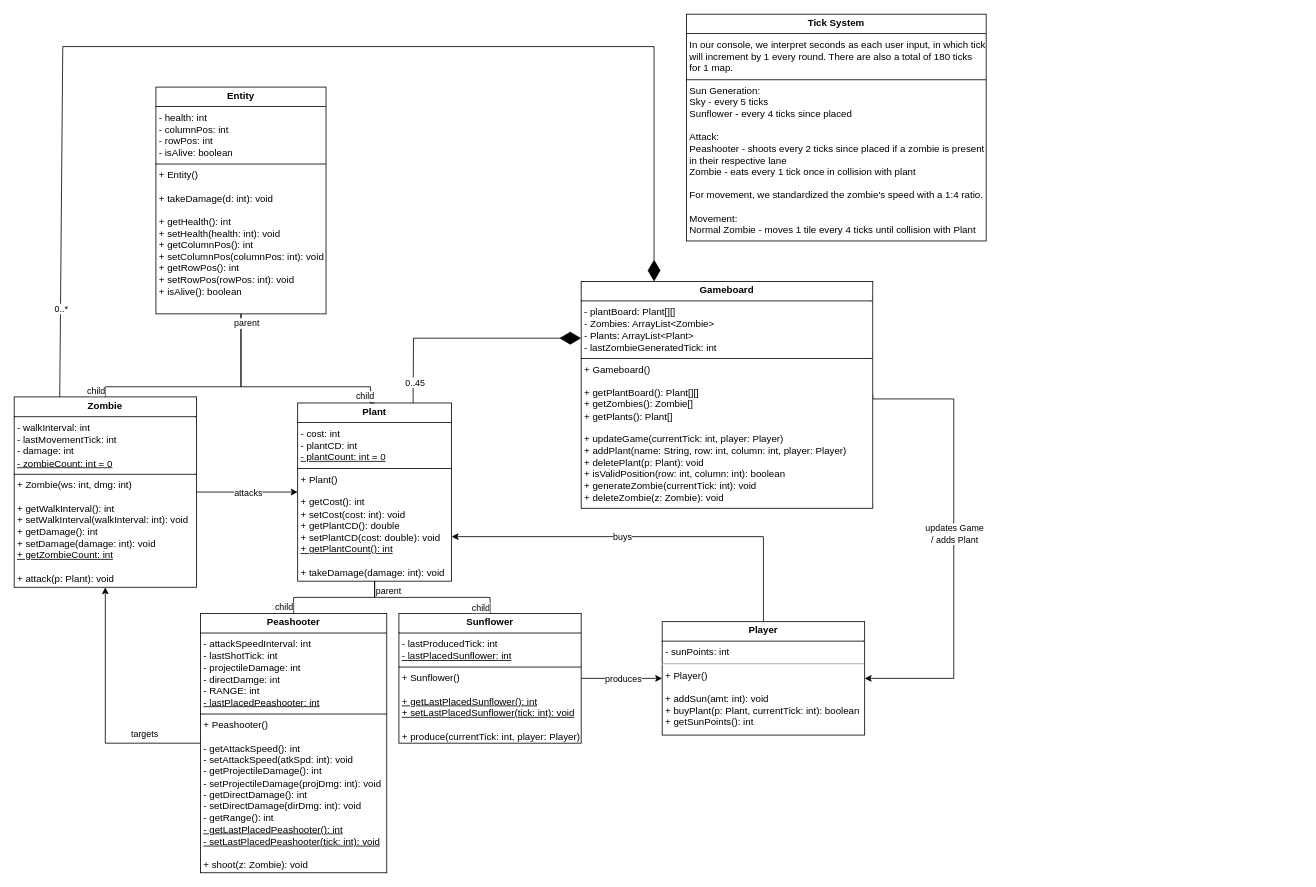
Earlier version of the draw.io diagram pvz-uml.drawio (gabespineli/plants-vs-zombies). Source tidied: cells renumbered, new cells numbered last; positions are measured from the earlier drawing's top-left corner, leaving out a move shared by most shapes. Both pictures are drawn from the tidied source at 81%, with x=0, y=0 at pixel (14, 14).
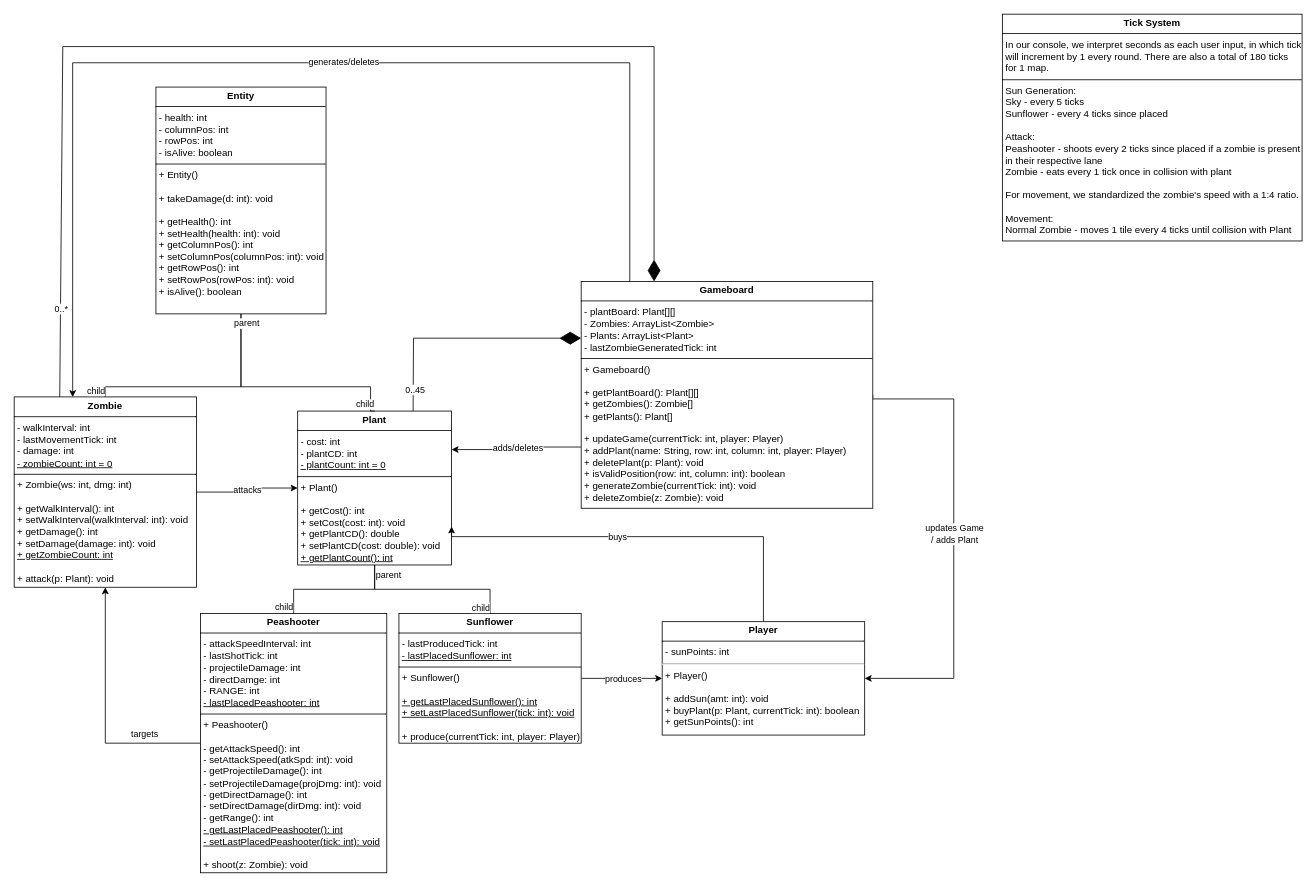
Above is the later version.

Unchanged cells that the change refers to:
```xml
<mxCell id="4" value="&lt;p style=&quot;margin:0px;margin-top:4px;text-align:center;&quot;&gt;&lt;b&gt;Zombie&lt;/b&gt;&lt;/p&gt;&lt;hr size=&quot;1&quot; style=&quot;border-style:solid;&quot;&gt;&lt;p style=&quot;margin:0px;margin-left:4px;&quot;&gt;- walkInterval: int&lt;/p&gt;&lt;p style=&quot;margin:0px;margin-left:4px;&quot;&gt;- lastMovementTick: int&lt;/p&gt;&lt;p style=&quot;margin:0px;margin-left:4px;&quot;&gt;- damage: int&lt;/p&gt;&lt;p style=&quot;margin:0px;margin-left:4px;&quot;&gt;&lt;u&gt;- zombieCount: int = 0&lt;/u&gt;&lt;/p&gt;&lt;hr size=&quot;1&quot; style=&quot;border-style:solid;&quot;&gt;&lt;p style=&quot;margin:0px;margin-left:4px;&quot;&gt;+ Zombie(ws: int, dmg: int)&lt;/p&gt;&lt;p style=&quot;margin:0px;margin-left:4px;&quot;&gt;&lt;br&gt;&lt;/p&gt;&lt;p style=&quot;margin:0px;margin-left:4px;&quot;&gt;+ getWalkInterval(): int&lt;/p&gt;&lt;p style=&quot;margin:0px;margin-left:4px;&quot;&gt;+ setWalkInterval(walkInterval: int): void&lt;/p&gt;&lt;p style=&quot;margin: 0px 0px 0px 4px;&quot;&gt;+ getDamage(): int&lt;/p&gt;&lt;p style=&quot;margin: 0px 0px 0px 4px;&quot;&gt;+ setDamage(damage: int): void&lt;/p&gt;&lt;p style=&quot;margin: 0px 0px 0px 4px;&quot;&gt;&lt;u&gt;+ getZombieCount: int&lt;/u&gt;&lt;br&gt;&lt;/p&gt;&lt;p style=&quot;margin: 0px 0px 0px 4px;&quot;&gt;&lt;br&gt;&lt;/p&gt;&lt;p style=&quot;margin: 0px 0px 0px 4px;&quot;&gt;+ attack(p: Plant): void&lt;/p&gt;" style="verticalAlign=top;align=left;overflow=fill;html=1;whiteSpace=wrap;" parent="1" vertex="1">
  <mxGeometry y="472.5" width="225" height="235" as="geometry" />
</mxCell>
<mxCell id="28" value="&lt;p style=&quot;margin:0px;margin-top:4px;text-align:center;&quot;&gt;&lt;b&gt;Gameboard&lt;/b&gt;&lt;/p&gt;&lt;hr size=&quot;1&quot; style=&quot;border-style:solid;&quot;&gt;&lt;p style=&quot;margin:0px;margin-left:4px;&quot;&gt;&lt;span style=&quot;background-color: transparent; color: light-dark(rgb(0, 0, 0), rgb(255, 255, 255));&quot;&gt;- plantBoard: Plant[][]&lt;/span&gt;&lt;/p&gt;&lt;p style=&quot;margin:0px;margin-left:4px;&quot;&gt;- Zombies: ArrayList&amp;lt;Zombie&amp;gt;&lt;/p&gt;&lt;p style=&quot;margin:0px;margin-left:4px;&quot;&gt;- Plants: ArrayList&amp;lt;Plant&amp;gt;&lt;/p&gt;&lt;p style=&quot;margin:0px;margin-left:4px;&quot;&gt;- lastZombieGeneratedTick: int&lt;/p&gt;&lt;hr size=&quot;1&quot; style=&quot;border-style:solid;&quot;&gt;&lt;p style=&quot;margin:0px;margin-left:4px;&quot;&gt;+ Gameboard()&lt;/p&gt;&lt;p style=&quot;margin:0px;margin-left:4px;&quot;&gt;&lt;br&gt;&lt;/p&gt;&lt;p style=&quot;margin:0px;margin-left:4px;&quot;&gt;+ getPlantBoard(): Plant[][]&lt;/p&gt;&lt;p style=&quot;margin:0px;margin-left:4px;&quot;&gt;+ getZombies(): Zombie[]&lt;/p&gt;&lt;p style=&quot;margin:0px;margin-left:4px;&quot;&gt;+ getPlants(): Plant[]&lt;/p&gt;&lt;p style=&quot;margin:0px;margin-left:4px;&quot;&gt;&lt;br&gt;&lt;/p&gt;&lt;p style=&quot;margin:0px;margin-left:4px;&quot;&gt;&lt;span style=&quot;white-space-collapse: preserve;&quot;&gt;+ updateGame(currentTick: int, player: Player)&lt;/span&gt;&lt;/p&gt;&lt;p style=&quot;margin:0px;margin-left:4px;&quot;&gt;&lt;span style=&quot;white-space-collapse: preserve;&quot; class=&quot;x3jgonx&quot;&gt;+ addPlant(name: String, row: int, column: int, player: Player)&lt;/span&gt;&lt;/p&gt;&lt;p style=&quot;margin:0px;margin-left:4px;&quot;&gt;&lt;span style=&quot;white-space-collapse: preserve;&quot; class=&quot;x3jgonx&quot;&gt;+ deletePlant(p: Plant): void&lt;/span&gt;&lt;/p&gt;&lt;p style=&quot;margin:0px;margin-left:4px;&quot;&gt;&lt;span style=&quot;white-space-collapse: preserve;&quot; class=&quot;x3jgonx&quot;&gt;+ isValidPosition(row: int, column: int): boolean&lt;/span&gt;&lt;/p&gt;&lt;p style=&quot;margin:0px;margin-left:4px;&quot;&gt;+ generateZombie(currentTick: int): void&lt;/p&gt;&lt;p style=&quot;margin:0px;margin-left:4px;&quot;&gt;+ deleteZombie(z: Zombie): void&lt;/p&gt;" style="verticalAlign=top;align=left;overflow=fill;html=1;whiteSpace=wrap;" parent="1" vertex="1">
  <mxGeometry x="700" y="330" width="360" height="280" as="geometry" />
</mxCell>
```

Change to the diagram source:
```diff
@@
-    <mxCell id="5" value="&lt;p style=&quot;margin:0px;margin-top:4px;text-align:center;&quot;&gt;&lt;b&gt;Plant&lt;/b&gt;&lt;/p&gt;&lt;hr size=&quot;1&quot; style=&quot;border-style:solid;&quot;&gt;&lt;p style=&quot;margin:0px;margin-left:4px;&quot;&gt;- cost: int&lt;/p&gt;&lt;p style=&quot;margin:0px;margin-left:4px;&quot;&gt;- plantCD: int&lt;/p&gt;&lt;p style=&quot;margin:0px;margin-left:4px;&quot;&gt;&lt;u&gt;- plantCount: int = 0&lt;/u&gt;&lt;/p&gt;&lt;hr size=&quot;1&quot; style=&quot;border-style:solid;&quot;&gt;&lt;p style=&quot;margin:0px;margin-left:4px;&quot;&gt;+ Plant()&lt;/p&gt;&lt;p style=&quot;margin:0px;margin-left:4px;&quot;&gt;&lt;br&gt;&lt;/p&gt;&lt;p style=&quot;margin:0px;margin-left:4px;&quot;&gt;+ getCost(): int&lt;/p&gt;&lt;p style=&quot;margin:0px;margin-left:4px;&quot;&gt;+ setCost(cost: int): void&lt;/p&gt;&lt;p style=&quot;margin: 0px 0px 0px 4px;&quot;&gt;+ getPlantCD(): double&lt;/p&gt;&lt;p style=&quot;margin: 0px 0px 0px 4px;&quot;&gt;+ setPlantCD(cost: double): void&lt;/p&gt;&lt;p style=&quot;margin: 0px 0px 0px 4px;&quot;&gt;&lt;u&gt;+ getPlantCount(): int&lt;/u&gt;&lt;br&gt;&lt;/p&gt;&lt;p style=&quot;margin: 0px 0px 0px 4px;&quot;&gt;&lt;br&gt;&lt;/p&gt;&lt;p style=&quot;margin: 0px 0px 0px 4px;&quot;&gt;+ takeDamage(damage: int): void&lt;/p&gt;" style="verticalAlign=top;align=left;overflow=fill;html=1;whiteSpace=wrap;" parent="1" vertex="1">
-      <mxGeometry x="350" y="480" width="190" height="220" as="geometry" />
+    <mxCell id="5" value="&lt;p style=&quot;margin:0px;margin-top:4px;text-align:center;&quot;&gt;&lt;b&gt;Plant&lt;/b&gt;&lt;/p&gt;&lt;hr size=&quot;1&quot; style=&quot;border-style:solid;&quot;&gt;&lt;p style=&quot;margin:0px;margin-left:4px;&quot;&gt;- cost: int&lt;/p&gt;&lt;p style=&quot;margin:0px;margin-left:4px;&quot;&gt;- plantCD: int&lt;/p&gt;&lt;p style=&quot;margin:0px;margin-left:4px;&quot;&gt;&lt;u&gt;- plantCount: int = 0&lt;/u&gt;&lt;/p&gt;&lt;hr size=&quot;1&quot; style=&quot;border-style:solid;&quot;&gt;&lt;p style=&quot;margin:0px;margin-left:4px;&quot;&gt;+ Plant()&lt;/p&gt;&lt;p style=&quot;margin:0px;margin-left:4px;&quot;&gt;&lt;br&gt;&lt;/p&gt;&lt;p style=&quot;margin:0px;margin-left:4px;&quot;&gt;+ getCost(): int&lt;/p&gt;&lt;p style=&quot;margin:0px;margin-left:4px;&quot;&gt;+ setCost(cost: int): void&lt;/p&gt;&lt;p style=&quot;margin: 0px 0px 0px 4px;&quot;&gt;+ getPlantCD(): double&lt;/p&gt;&lt;p style=&quot;margin: 0px 0px 0px 4px;&quot;&gt;+ setPlantCD(cost: double): void&lt;/p&gt;&lt;p style=&quot;margin: 0px 0px 0px 4px;&quot;&gt;&lt;u&gt;+ getPlantCount(): int&lt;/u&gt;&lt;/p&gt;" style="verticalAlign=top;align=left;overflow=fill;html=1;whiteSpace=wrap;" parent="1" vertex="1">
+      <mxGeometry x="350" y="490" width="190" height="190" as="geometry" />
     </mxCell>
@@
+    <mxCell id="34" style="edgeStyle=orthogonalEdgeStyle;rounded=0;jettySize=auto;html=1;entryX=1;entryY=0.25;entryDx=0;entryDy=0;exitX=-0.001;exitY=0.73;exitDx=0;exitDy=0;exitPerimeter=0;" parent="1" edge="1" source="28" target="5">
+      <mxGeometry relative="1" as="geometry" />
+    </mxCell>
+    <mxCell id="35" value="adds/deletes" style="edgeLabel;html=1;align=center;verticalAlign=middle;" parent="34" vertex="1">
+      <mxGeometry x="-0.04" y="1" relative="1" as="geometry" />
+    </mxCell>
@@
     <mxCell id="29" value="&lt;p style=&quot;margin:0px;margin-top:4px;text-align:center;&quot;&gt;&lt;b&gt;Tick System&lt;/b&gt;&lt;/p&gt;&lt;hr size=&quot;1&quot; style=&quot;border-style:solid;&quot;&gt;&lt;p style=&quot;margin:0px;margin-left:4px;&quot;&gt;In our console, we interpret seconds as each user input, in which tick will increment by 1 every round. There are also a total of 180 ticks for 1 map.&lt;/p&gt;&lt;hr size=&quot;1&quot; style=&quot;border-style:solid;&quot;&gt;&lt;p style=&quot;margin:0px;margin-left:4px;&quot;&gt;Sun Generation:&lt;/p&gt;&lt;p style=&quot;margin:0px;margin-left:4px;&quot;&gt;Sky - every 5 ticks&lt;/p&gt;&lt;p style=&quot;margin:0px;margin-left:4px;&quot;&gt;Sunflower - every 4 ticks since placed&lt;/p&gt;&lt;p style=&quot;margin:0px;margin-left:4px;&quot;&gt;&lt;br&gt;&lt;/p&gt;&lt;p style=&quot;margin:0px;margin-left:4px;&quot;&gt;Attack:&lt;/p&gt;&lt;p style=&quot;margin:0px;margin-left:4px;&quot;&gt;Peashooter - shoots every 2 ticks since placed if a zombie is present in their respective lane&lt;/p&gt;&lt;p style=&quot;margin:0px;margin-left:4px;&quot;&gt;Zombie - eats every 1 tick once in collision with plant&lt;/p&gt;&lt;p style=&quot;margin:0px;margin-left:4px;&quot;&gt;&lt;br&gt;&lt;/p&gt;&lt;p style=&quot;margin:0px;margin-left:4px;&quot;&gt;For movement, we standardized the zombie's speed with a 1:4 ratio.&amp;nbsp;&lt;/p&gt;&lt;p style=&quot;margin:0px;margin-left:4px;&quot;&gt;&lt;br&gt;&lt;/p&gt;&lt;p style=&quot;margin:0px;margin-left:4px;&quot;&gt;Movement:&lt;/p&gt;&lt;p style=&quot;margin:0px;margin-left:4px;&quot;&gt;Normal Zombie - moves 1 tile every 4 ticks until collision with Plant&lt;/p&gt;" style="verticalAlign=top;align=left;overflow=fill;html=1;whiteSpace=wrap;" parent="1" vertex="1">
-      <mxGeometry x="830" width="370" height="280" as="geometry" />
+      <mxGeometry x="1220" width="370" height="280" as="geometry" />
     </mxCell>
@@
+    <mxCell id="36" style="edgeStyle=orthogonalEdgeStyle;rounded=0;jettySize=auto;html=1;entryX=0.321;entryY=0.001;entryDx=0;entryDy=0;entryPerimeter=0;" parent="1" edge="1" target="4">
+      <mxGeometry relative="1" as="geometry">
+        <mxPoint x="760" y="330" as="sourcePoint" />
+        <Array as="points">
+          <mxPoint x="760" y="330" />
+          <mxPoint x="760" y="60" />
+          <mxPoint x="72" y="60" />
+        </Array>
+      </mxGeometry>
+    </mxCell>
+    <mxCell id="37" value="generates/deletes" style="edgeLabel;html=1;align=center;verticalAlign=middle;" parent="36" vertex="1">
+      <mxGeometry x="-0.09" y="-2" relative="1" as="geometry" />
+    </mxCell>
```
